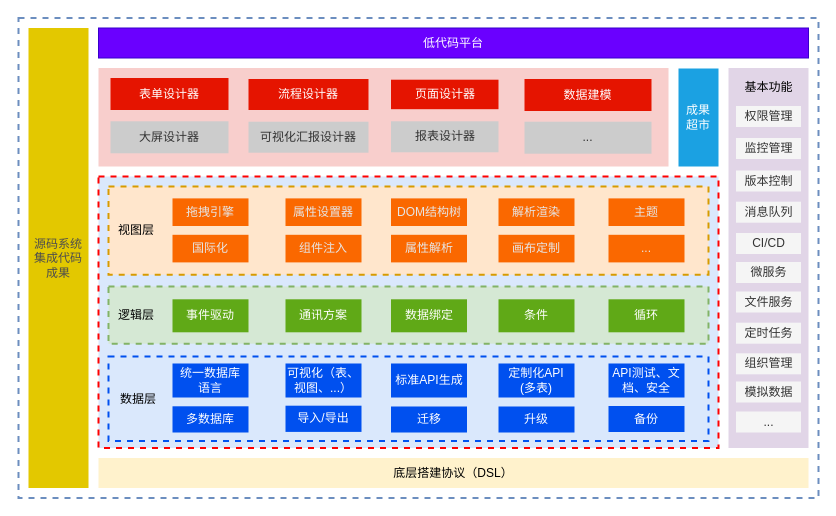
The draw.io diagram 低代码—泳道图—研究内容.drawio in tangyaosimida/love, before the edit. Source tidied: cells renumbered, new cells numbered last; positions are measured from the earlier drawing's top-left corner, leaving out a move shared by most shapes. Both pictures are drawn from the tidied source at 100%, with x=0, y=0 at pixel (18, 18).
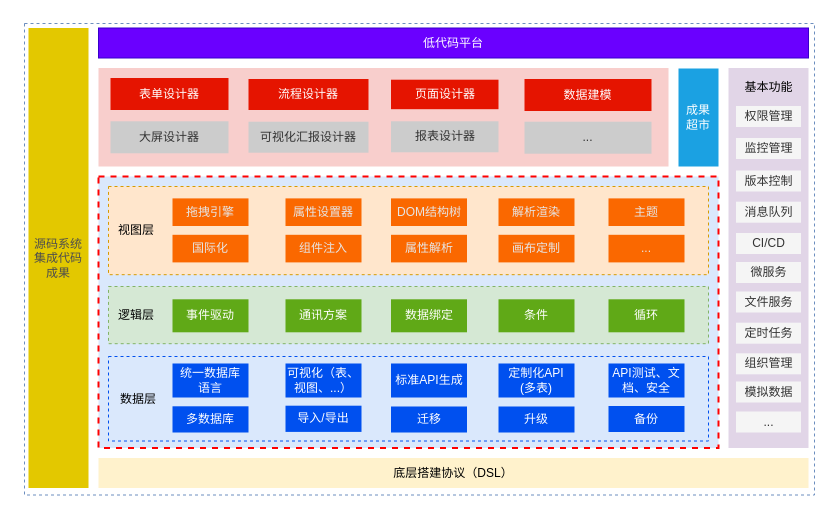
The same diagram, later.

Commit message:
更新低代码—泳道图—研究内容.drawio

Diff of the diagram source:
```diff
@@
-    <mxCell id="2" style="rounded=0;whiteSpace=wrap;html=1;dashed=1;fillColor=none;strokeColor=#6c8ebf;strokeWidth=2;" parent="1" vertex="1">
-      <mxGeometry y="-0.5" width="800" height="480" as="geometry" />
+    <mxCell id="2" style="rounded=0;whiteSpace=wrap;html=1;dashed=1;fillColor=none;strokeColor=#6c8ebf;strokeWidth=1;" parent="1" vertex="1">
+      <mxGeometry x="6" y="5" width="790" height="471.5" as="geometry" />
     </mxCell>
@@
-    <mxCell id="12" value="&lt;div style=&quot;&quot;&gt;&lt;br&gt;&lt;/div&gt;" style="rounded=0;whiteSpace=wrap;html=1;align=left;strokeColor=#0050EF;fillColor=#dae8fc;dashed=1;strokeWidth=2;" parent="1" vertex="1">
+    <mxCell id="12" value="&lt;div style=&quot;&quot;&gt;&lt;br&gt;&lt;/div&gt;" style="rounded=0;whiteSpace=wrap;html=1;align=left;strokeColor=#0050EF;fillColor=#dae8fc;dashed=1;strokeWidth=1;" parent="1" vertex="1">
       <mxGeometry x="90" y="338" width="600" height="84.5" as="geometry" />
     </mxCell>
-    <mxCell id="13" value="&lt;div style=&quot;&quot;&gt;&lt;br&gt;&lt;/div&gt;" style="rounded=0;whiteSpace=wrap;html=1;align=left;strokeColor=#82b366;fillColor=#d5e8d4;dashed=1;strokeWidth=2;" parent="1" vertex="1">
+    <mxCell id="13" value="&lt;div style=&quot;&quot;&gt;&lt;br&gt;&lt;/div&gt;" style="rounded=0;whiteSpace=wrap;html=1;align=left;strokeColor=#82b366;fillColor=#d5e8d4;dashed=1;strokeWidth=1;" parent="1" vertex="1">
       <mxGeometry x="90" y="268" width="600" height="57.2" as="geometry" />
     </mxCell>
-    <mxCell id="14" value="&lt;div style=&quot;&quot;&gt;&lt;br&gt;&lt;/div&gt;" style="rounded=0;whiteSpace=wrap;html=1;align=left;fillColor=#ffe6cc;strokeColor=#d79b00;dashed=1;strokeWidth=2;" parent="1" vertex="1">
+    <mxCell id="14" value="&lt;div style=&quot;&quot;&gt;&lt;br&gt;&lt;/div&gt;" style="rounded=0;whiteSpace=wrap;html=1;align=left;fillColor=#ffe6cc;strokeColor=#d79b00;dashed=1;strokeWidth=1;" parent="1" vertex="1">
       <mxGeometry x="90" y="168" width="600" height="88.2" as="geometry" />
     </mxCell>
```
